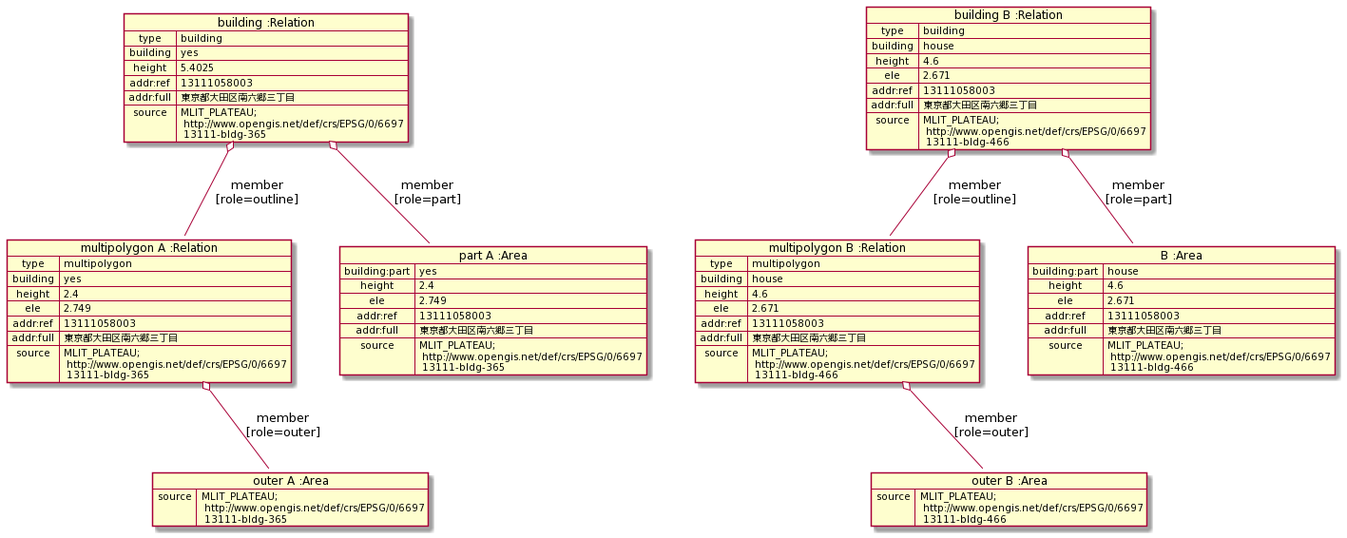
The PlantUML diagram doc/building/sample-a/sample-a-osm1.png in yuuhayashi/citygml-osm, before a commit.
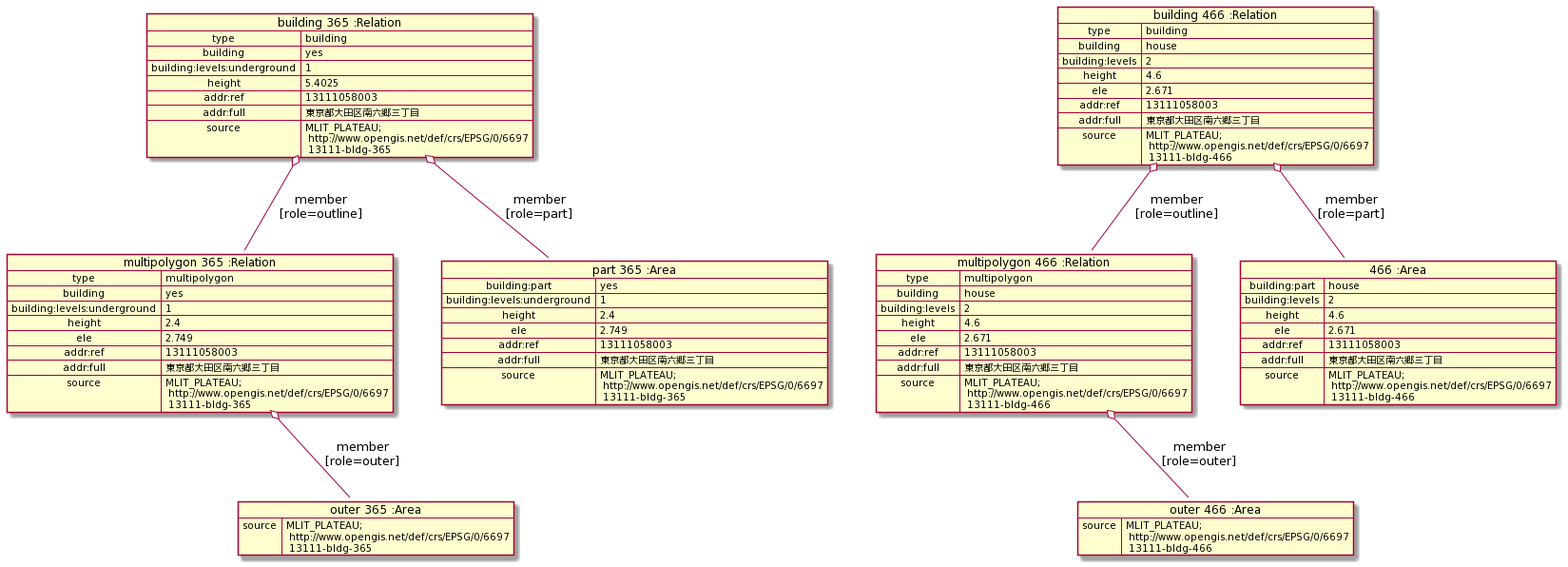
Later version of the same file.

Diff of the diagram source:
```diff
@@ -1,16 +1,18 @@
 @startuml
-map "building :Relation" as buildingA {
+map "building 365 :Relation" as buildingA {
  type => building
  building => yes
+ building:levels:underground => 1
  height => 5.4025
  addr:ref => 13111058003
  addr:full => 東京都大田区南六郷三丁目
  source => MLIT_PLATEAU;\n http://www.opengis.net/def/crs/EPSG/0/6697\n 13111-bldg-365
 }
 
-map "multipolygon A :Relation" as polygonA {
+map "multipolygon 365 :Relation" as polygonA {
  type => multipolygon
  building => yes
+ building:levels:underground => 1
  height => 2.4
  ele => 2.749
  addr:ref => 13111058003
@@ -18,8 +20,9 @@
  source => MLIT_PLATEAU;\n http://www.opengis.net/def/crs/EPSG/0/6697\n 13111-bldg-365
 }
 
-map "part A :Area" as partA {
+map "part 365 :Area" as partA {
  building:part => yes
+ building:levels:underground => 1
  height => 2.4
  ele => 2.749
  addr:ref => 13111058003
@@ -27,7 +30,7 @@
  source => MLIT_PLATEAU;\n http://www.opengis.net/def/crs/EPSG/0/6697\n 13111-bldg-365
 }
 
-map "outer A :Area" as outerA {
+map "outer 365 :Area" as outerA {
  source => MLIT_PLATEAU;\n http://www.opengis.net/def/crs/EPSG/0/6697\n 13111-bldg-365
 }
 
@@ -37,9 +40,10 @@
 partA -[hidden]- outerA
 
 
-map "building B :Relation" as buildingB {
+map "building 466 :Relation" as buildingB {
  type => building
  building => house
+ building:levels => 2
  height => 4.6
  ele => 2.671
  addr:ref => 13111058003
@@ -47,9 +51,10 @@
  source => MLIT_PLATEAU;\n http://www.opengis.net/def/crs/EPSG/0/6697\n 13111-bldg-466
 }
 
-map "multipolygon B :Relation" as polygonB {
+map "multipolygon 466 :Relation" as polygonB {
  type => multipolygon
  building => house
+ building:levels => 2
  height => 4.6
  ele => 2.671
  addr:ref => 13111058003
@@ -57,8 +62,9 @@
  source => MLIT_PLATEAU;\n http://www.opengis.net/def/crs/EPSG/0/6697\n 13111-bldg-466
 }
 
-map "B :Area" as partB {
+map "466 :Area" as partB {
  building:part => house
+ building:levels => 2
  height => 4.6
  ele => 2.671
  addr:ref => 13111058003
@@ -66,7 +72,7 @@
  source => MLIT_PLATEAU;\n http://www.opengis.net/def/crs/EPSG/0/6697\n 13111-bldg-466
 }
 
-map "outer B :Area" as outerB {
+map "outer 466 :Area" as outerB {
  source => MLIT_PLATEAU;\n http://www.opengis.net/def/crs/EPSG/0/6697\n 13111-bldg-466
 }
 
```
